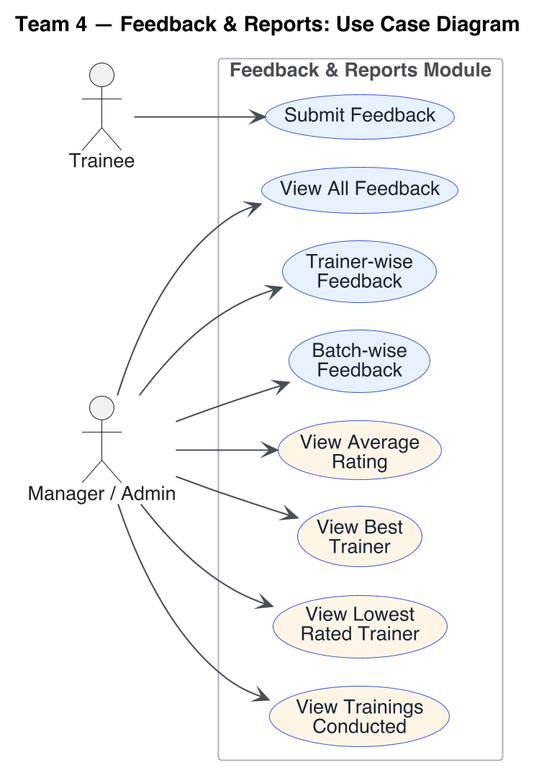
Before: docs/team4-usecase-diagram.png, a diagram exported from PlantUML (Abhinav-TF/Corporate-Training-Feedback-Management-Platform).
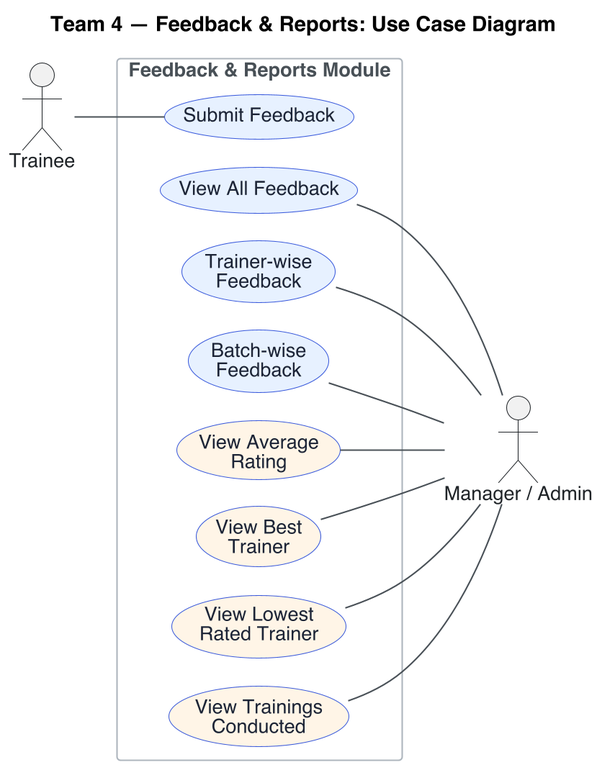
The same file after the commit.

What changed in the source:
```diff
@@ -27,7 +27,6 @@
 left to right direction
 
 actor "Trainee" as trainee
-actor "Manager / Admin" as manager
 
 rectangle "Feedback & Reports Module" {
   usecase "Submit Feedback" as UC1
@@ -40,12 +39,14 @@
   usecase "View Trainings\nConducted" as UC8 #FFF4E6
 }
 
-trainee --> UC1
-manager --> UC2
-manager --> UC3
-manager --> UC4
-manager --> UC5
-manager --> UC6
-manager --> UC7
-manager --> UC8
+actor "Manager / Admin" as manager
+
+trainee -- UC1
+UC2 -- manager
+UC3 -- manager
+UC4 -- manager
+UC5 -- manager
+UC6 -- manager
+UC7 -- manager
+UC8 -- manager
 @enduml
```
